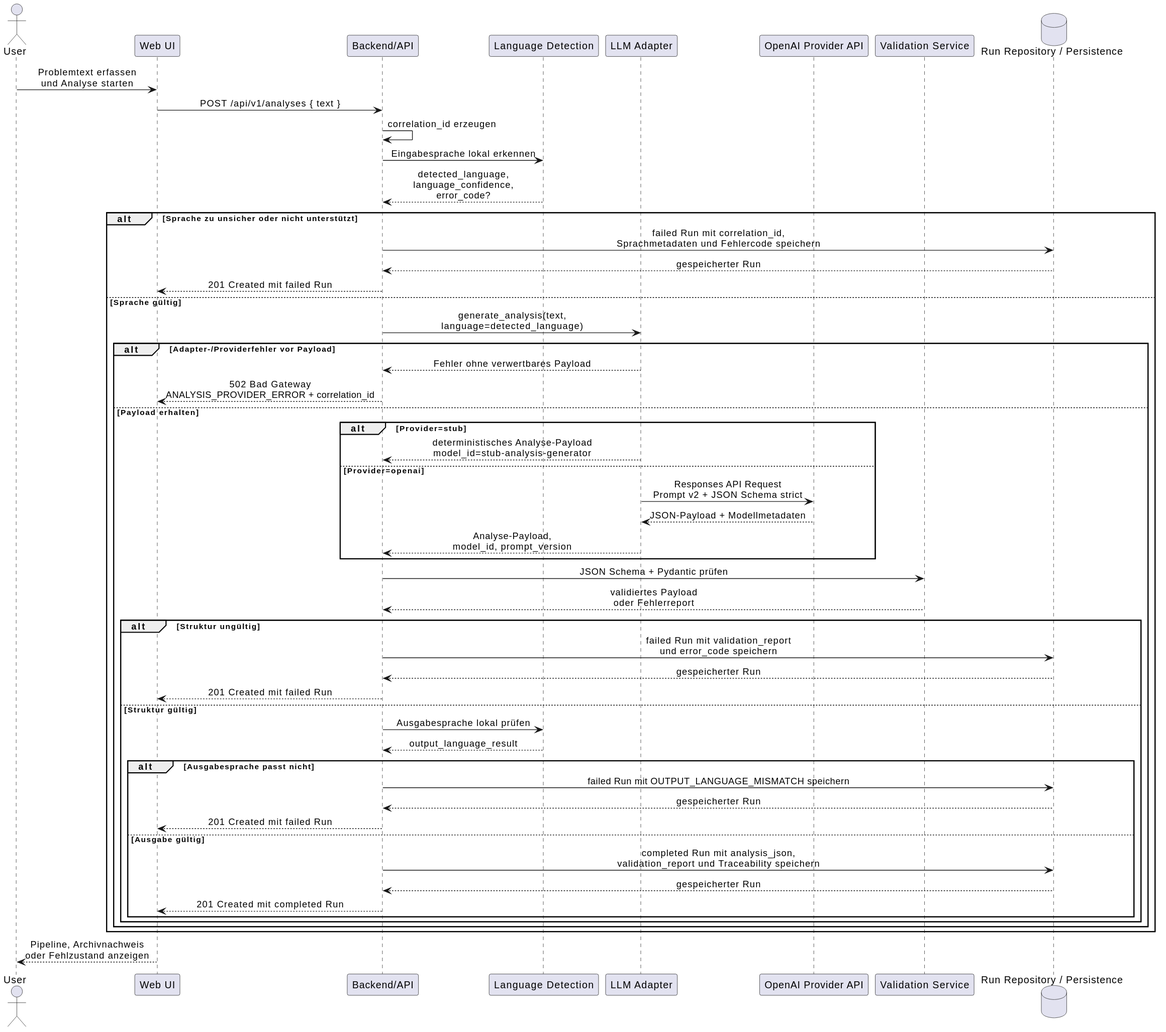
The PlantUML diagram docs/diagrams/rendered/uj1-sequence.svg in r0brt/scm-01, before a commit.
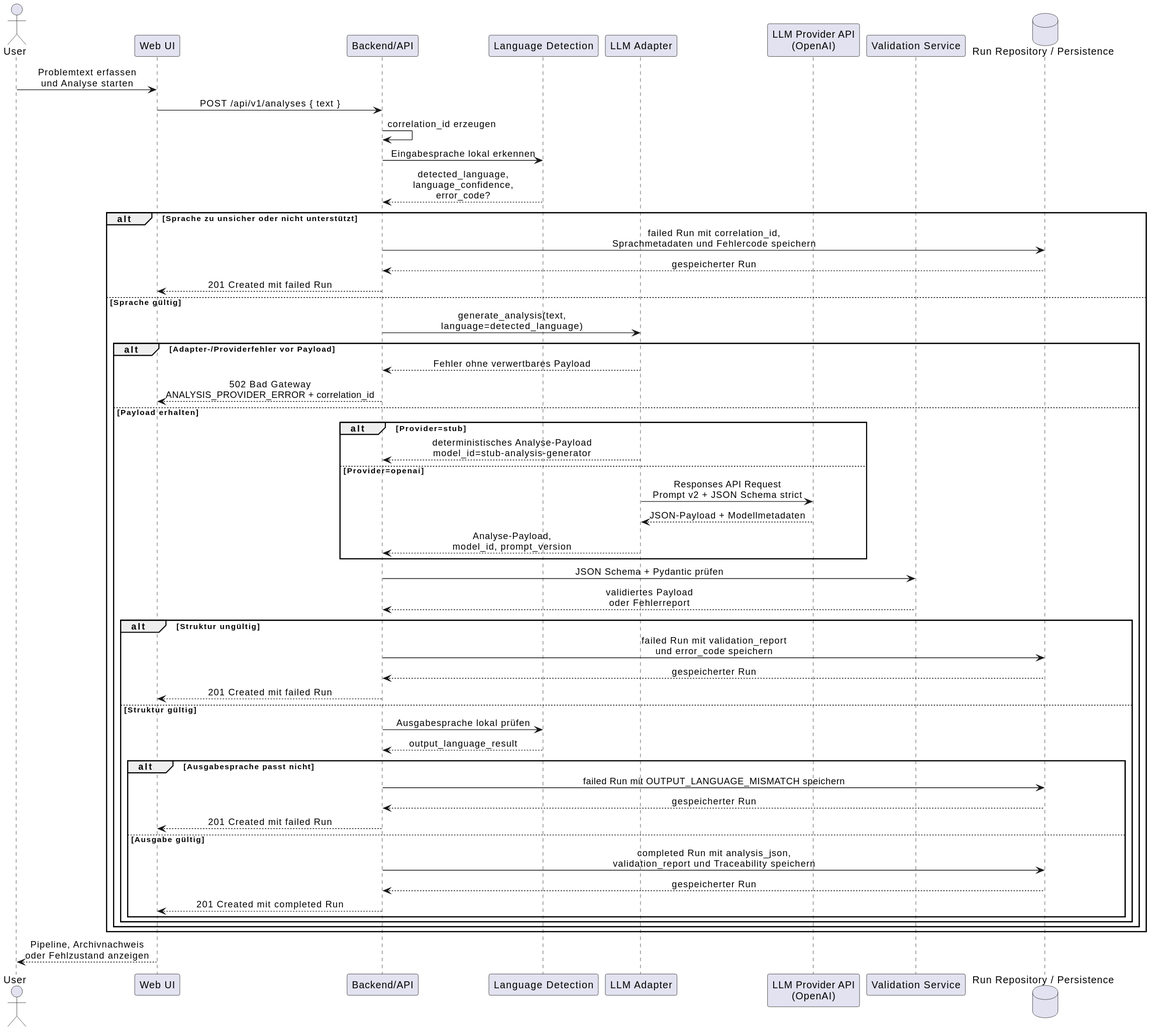
After the change.

The edit, as a diff of the source:
```diff
@@ -8,7 +8,7 @@
 participant "Backend/API" as api
 participant "Language Detection" as detector
 participant "LLM Adapter" as adapter
-participant "OpenAI Provider API" as openai
+participant "LLM Provider API\n(OpenAI)" as provider
 participant "Validation Service" as validation
 database "Run Repository / Persistence" as persistence
 
@@ -31,8 +31,8 @@
     alt Provider=stub
       adapter --> api : deterministisches Analyse-Payload\nmodel_id=stub-analysis-generator
     else Provider=openai
-      adapter -> openai : Responses API Request\nPrompt v2 + JSON Schema strict
-      openai --> adapter : JSON-Payload + Modellmetadaten
+      adapter -> provider : Responses API Request\nPrompt v2 + JSON Schema strict
+      provider --> adapter : JSON-Payload + Modellmetadaten
       adapter --> api : Analyse-Payload,\nmodel_id, prompt_version
     end
 
```
